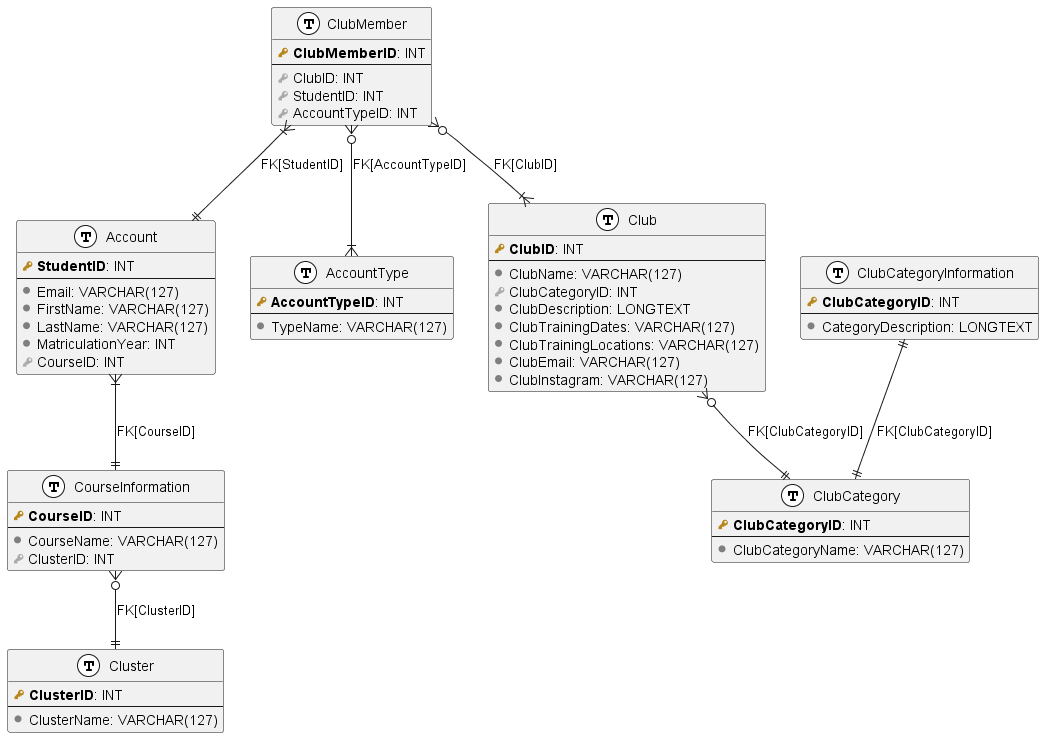
Before: docs/er_diagram.png, a diagram exported from PlantUML (y1xing/inclubsit-backend). The source it was exported from:
```plantuml
@startuml er_diagram
!define primary_key(x) <b><color:#b8861b><&key></color> x</b>
!define foreign_key(x) <color:#aaaaaa><&key></color> x
!define column(x) <color:#7f7f7f><&media-record></color> x
!define table(x) entity x << (T, white) >>

table(Cluster) {
    primary_key(ClusterID): INT
    --
    column(ClusterName): VARCHAR(127)
}

table(CourseInformation) {
    primary_key(CourseID): INT
    --
    column(CourseName): VARCHAR(127)
    foreign_key(ClusterID): INT
}

table(Account) {
    primary_key(StudentID): INT
    --
    column(Email): VARCHAR(127)
    column(FirstName): VARCHAR(127)
    column(LastName): VARCHAR(127)
    column(MatriculationYear): INT
    foreign_key(CourseID): INT
}

table(AccountType) {
    primary_key(AccountTypeID): INT
    --
    column(TypeName): VARCHAR(127)
}

table(ClubCategory) {
    primary_key(ClubCategoryID): INT
    --
    column(ClubCategoryName): VARCHAR(127)
}

table(Club) {
    primary_key(ClubID): INT
    --
    column(ClubName): VARCHAR(127)
    foreign_key(ClubCategoryID): INT
    column(ClubDescription): LONGTEXT
    column(ClubTrainingDates): VARCHAR(127)
    column(ClubTrainingLocations): VARCHAR(127)
    column(ClubEmail): VARCHAR(127)
    column(ClubInstagram): VARCHAR(127)
}

table(ClubCategoryInformation){
    primary_key(ClubCategoryID): INT
    --
    column(CategoryDescription): LONGTEXT
}

table(ClubMember) {
    primary_key(ClubMemberID): INT
    --
    foreign_key(ClubID): INT
    foreign_key(StudentID): INT
    foreign_key(AccountTypeID): INT
}

CourseInformation }o--|| Cluster: FK[ClusterID]
Account }|--|| CourseInformation: FK[CourseID]
Club }o--|| ClubCategory: FK[ClubCategoryID]
ClubCategoryInformation ||--|| ClubCategory: FK[ClubCategoryID]
ClubMember }o--|{ Club: FK[ClubID]
ClubMember }|--|| Account: FK[StudentID]
ClubMember }o--|{ AccountType: FK[AccountTypeID]

@enduml
```
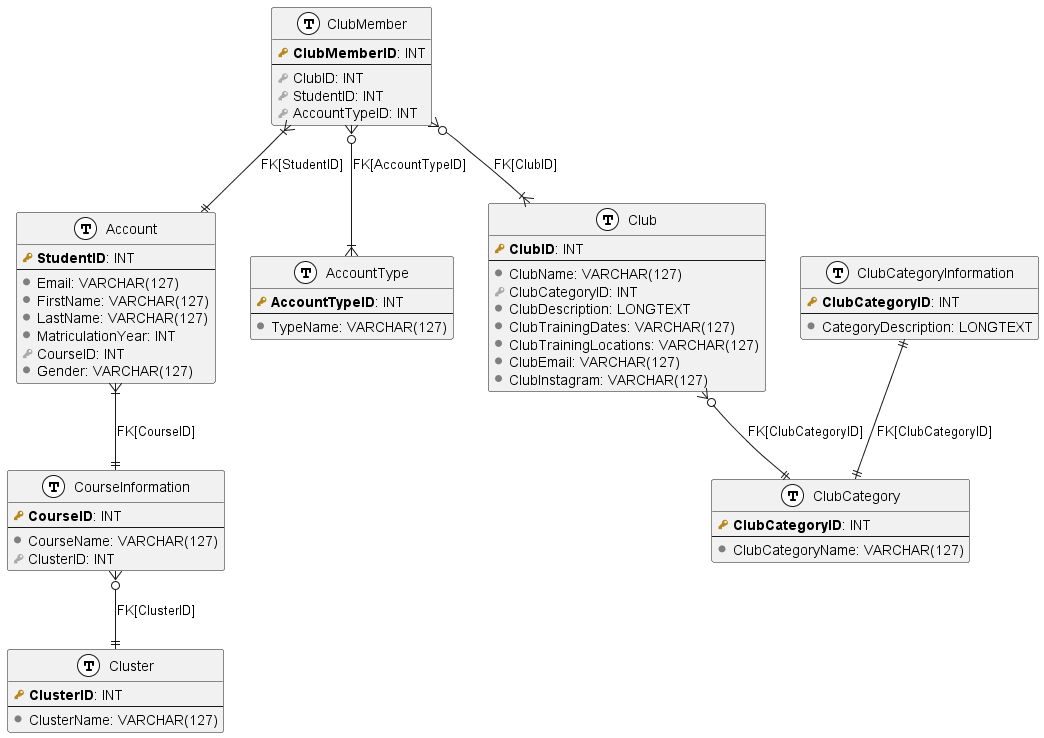
Later version of the same file.

What changed in the source:
```diff
@@ -25,6 +25,7 @@
     column(LastName): VARCHAR(127)
     column(MatriculationYear): INT
     foreign_key(CourseID): INT
+    column(Gender): VARCHAR(127)
 }
 
 table(AccountType) {
```
